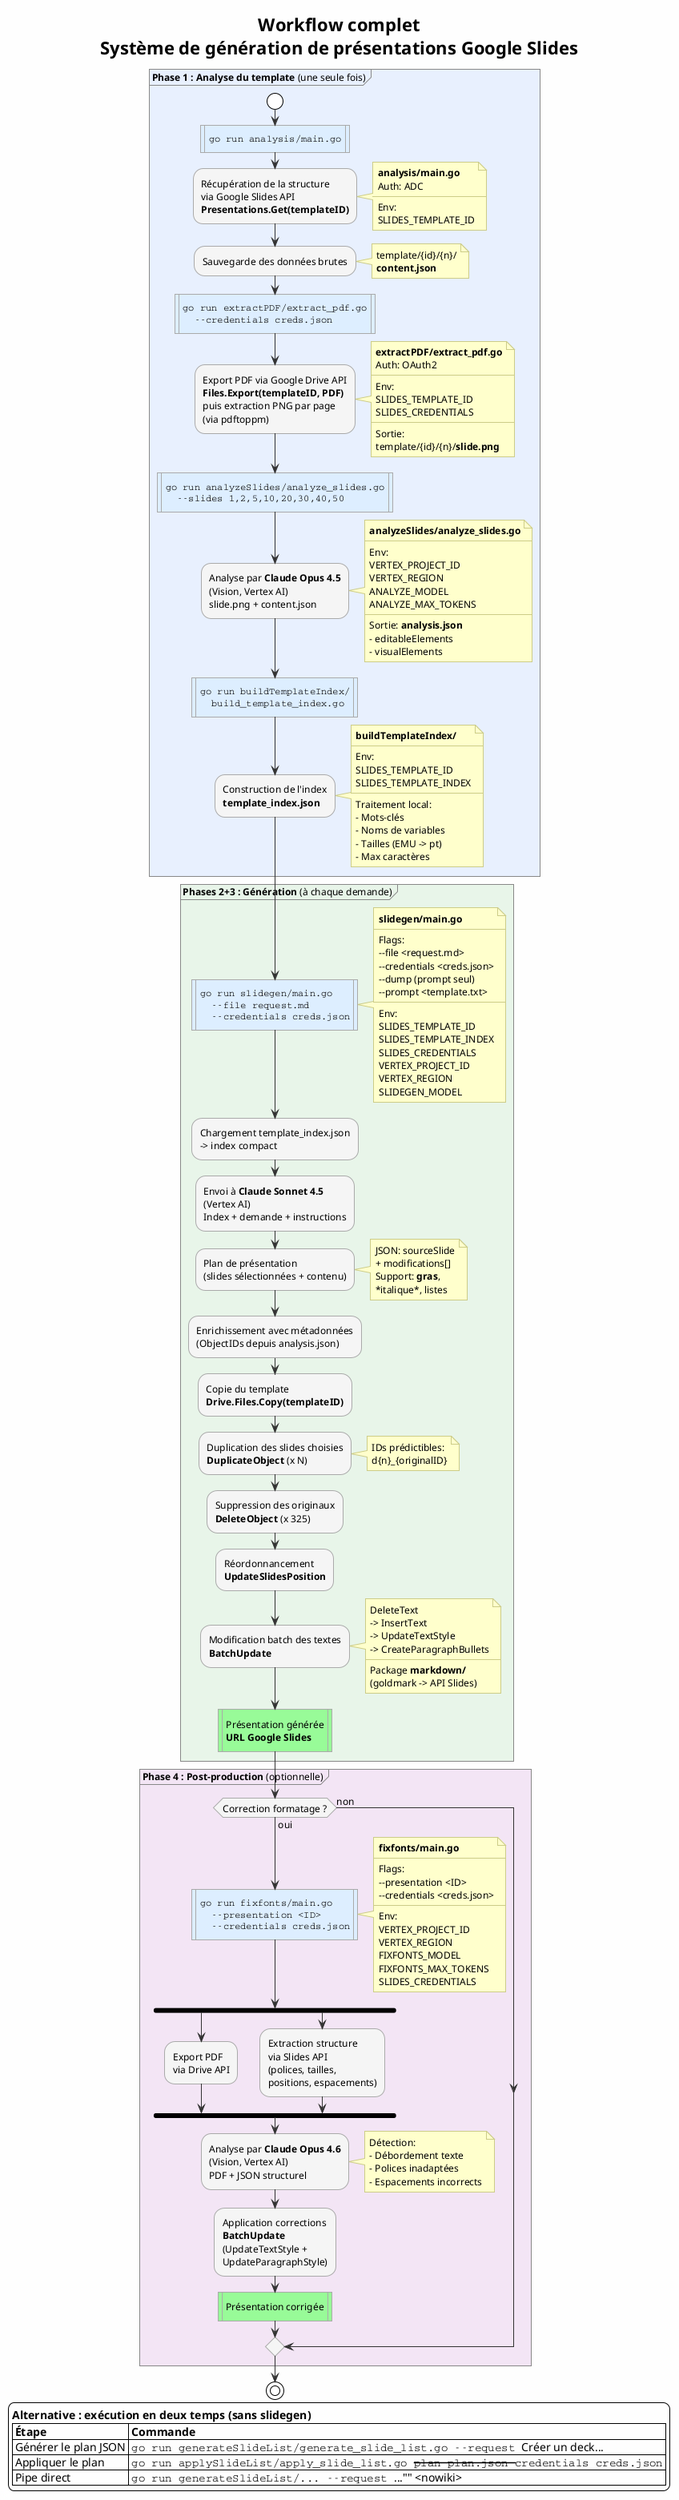
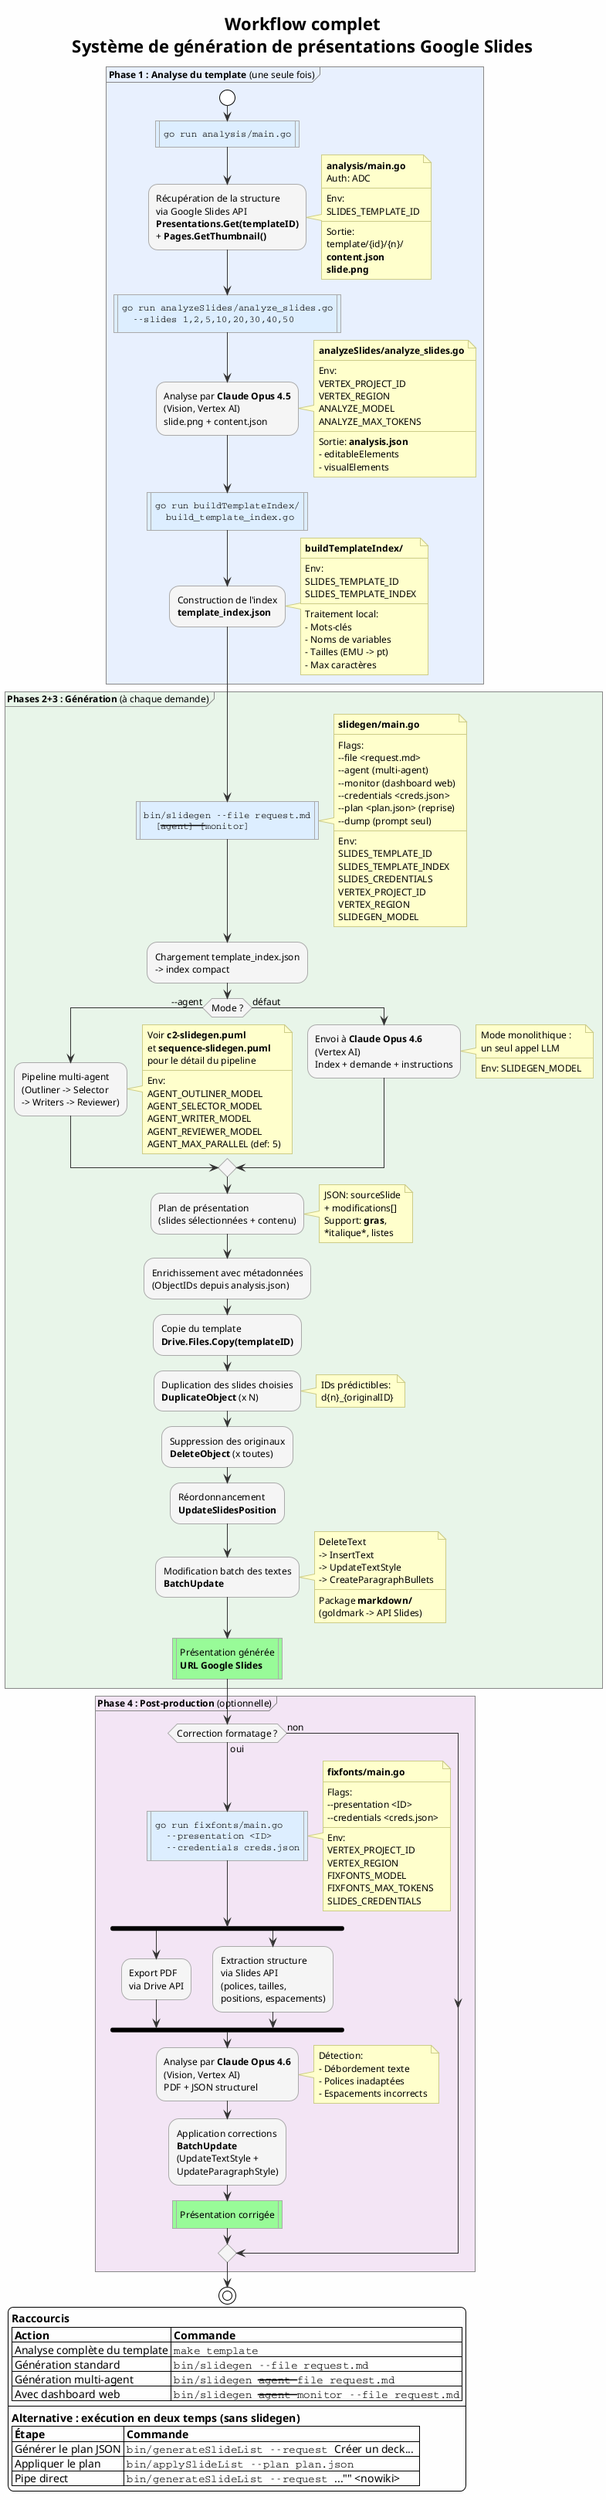
@startuml workflow
!theme plain
skinparam backgroundColor #FEFEFE
skinparam defaultFontName "Helvetica"
skinparam defaultFontSize 12
skinparam shadowing false
skinparam ArrowColor #333333
skinparam ActivityBackgroundColor #F5F5F5
skinparam ActivityBorderColor #AAAAAA
skinparam NoteBackgroundColor #FFFFCC
skinparam NoteBorderColor #CCCC88
skinparam PartitionBackgroundColor #FFFFFF
skinparam PartitionBorderColor #888888

title Workflow complet\nSystème de génération de présentations Google Slides

partition "**Phase 1 : Analyse du template** (une seule fois)" #E8F0FE {

  start

  #DDEEFF:""go run analysis/main.go""|
  :Récupération de la structure
  via Google Slides API
-   **Presentations.Get(templateID)**;
+   **Presentations.Get(templateID)**
+   + **Pages.GetThumbnail()**;
  note right
    **analysis/main.go**
    Auth: ADC
    ----
    Env:
    SLIDES_TEMPLATE_ID
-   end note
- 
-   :Sauvegarde des données brutes;
-   note right
+     ----
+     Sortie:
    template/{id}/{n}/
    **content.json**
-   end note
- 
-   #DDEEFF:""go run extractPDF/extract_pdf.go""\n""  --credentials creds.json""|
-   :Export PDF via Google Drive API
-   **Files.Export(templateID, PDF)**
-   puis extraction PNG par page
-   (via pdftoppm);
-   note right
-     **extractPDF/extract_pdf.go**
-     Auth: OAuth2
-     ----
-     Env:
-     SLIDES_TEMPLATE_ID
-     SLIDES_CREDENTIALS
-     ----
-     Sortie:
-     template/{id}/{n}/**slide.png**
+     **slide.png**
  end note

  #DDEEFF:""go run analyzeSlides/analyze_slides.go""\n""  --slides 1,2,5,10,20,30,40,50""|
  :Analyse par **Claude Opus 4.5**
  (Vision, Vertex AI)
  slide.png + content.json;
  note right
    **analyzeSlides/analyze_slides.go**
    ----
    Env:
    VERTEX_PROJECT_ID
    VERTEX_REGION
    ANALYZE_MODEL
    ANALYZE_MAX_TOKENS
    ----
    Sortie: **analysis.json**
    - editableElements
    - visualElements
  end note

  #DDEEFF:""go run buildTemplateIndex/""\n""  build_template_index.go""|
  :Construction de l'index
  **template_index.json**;
  note right
    **buildTemplateIndex/**
    ----
    Env:
    SLIDES_TEMPLATE_ID
    SLIDES_TEMPLATE_INDEX
    ----
    Traitement local:
    - Mots-clés
    - Noms de variables
    - Tailles (EMU -> pt)
    - Max caractères
  end note

}

partition "**Phases 2+3 : Génération** (à chaque demande)" #E8F5E9 {

-   #DDEEFF:""go run slidegen/main.go""\n""  --file request.md""\n""  --credentials creds.json""|
+   #DDEEFF:""bin/slidegen --file request.md""\n""  [--agent] [--monitor]""|
  note right
    **slidegen/main.go**
    ----
    Flags:
    --file <request.md>
+     --agent (multi-agent)
+     --monitor (dashboard web)
    --credentials <creds.json>
+     --plan <plan.json> (reprise)
    --dump (prompt seul)
-     --prompt <template.txt>
    ----
    Env:
    SLIDES_TEMPLATE_ID
    SLIDES_TEMPLATE_INDEX
    SLIDES_CREDENTIALS
    VERTEX_PROJECT_ID
    VERTEX_REGION
    SLIDEGEN_MODEL
  end note

  :Chargement template_index.json
  -> index compact;

-   :Envoi à **Claude Sonnet 4.5**
-   (Vertex AI)
-   Index + demande + instructions;
+   if (Mode ?) then (--agent)
+     :Pipeline multi-agent
+     (Outliner -> Selector
+     -> Writers -> Reviewer);
+     note right
+       Voir **c2-slidegen.puml**
+       et **sequence-slidegen.puml**
+       pour le détail du pipeline
+       ----
+       Env:
+       AGENT_OUTLINER_MODEL
+       AGENT_SELECTOR_MODEL
+       AGENT_WRITER_MODEL
+       AGENT_REVIEWER_MODEL
+       AGENT_MAX_PARALLEL (def: 5)
+     end note
+   else (défaut)
+     :Envoi à **Claude Opus 4.6**
+     (Vertex AI)
+     Index + demande + instructions;
+     note right
+       Mode monolithique :
+       un seul appel LLM
+       ----
+       Env: SLIDEGEN_MODEL
+     end note
+   endif

  :Plan de présentation
  (slides sélectionnées + contenu);
  note right
    JSON: sourceSlide
    + modifications[]
    Support: **gras**,
    *italique*, listes
  end note

  :Enrichissement avec métadonnées
  (ObjectIDs depuis analysis.json);

  :Copie du template
  **Drive.Files.Copy(templateID)**;

  :Duplication des slides choisies
  **DuplicateObject** (x N);
  note right
    IDs prédictibles:
    d{n}_{originalID}
  end note

  :Suppression des originaux
-   **DeleteObject** (x 325);
+   **DeleteObject** (x toutes);

  :Réordonnancement
  **UpdateSlidesPosition**;

  :Modification batch des textes
  **BatchUpdate**;
  note right
    DeleteText
    -> InsertText
    -> UpdateTextStyle
    -> CreateParagraphBullets
    ----
    Package **markdown/**
    (goldmark -> API Slides)
  end note

  #98FB98:Présentation générée
  **URL Google Slides**|

}

partition "**Phase 4 : Post-production** (optionnelle)" #F3E5F5 {

  if (Correction formatage ?) then (oui)

    #DDEEFF:""go run fixfonts/main.go""\n""  --presentation <ID>""\n""  --credentials creds.json""|
    note right
      **fixfonts/main.go**
      ----
      Flags:
      --presentation <ID>
      --credentials <creds.json>
      ----
      Env:
      VERTEX_PROJECT_ID
      VERTEX_REGION
      FIXFONTS_MODEL
      FIXFONTS_MAX_TOKENS
      SLIDES_CREDENTIALS
    end note

    fork
      :Export PDF
      via Drive API;
    fork again
      :Extraction structure
      via Slides API
      (polices, tailles,
      positions, espacements);
    end fork

    :Analyse par **Claude Opus 4.6**
    (Vision, Vertex AI)
    PDF + JSON structurel;
    note right
      Détection:
      - Débordement texte
      - Polices inadaptées
      - Espacements incorrects
    end note

    :Application corrections
    **BatchUpdate**
    (UpdateTextStyle +
    UpdateParagraphStyle);

    #98FB98:Présentation corrigée|

  else (non)
  endif

}

stop

legend bottom left
+   **Raccourcis**
+   |= Action |= Commande |
+   | Analyse complète du template | ""make template"" |
+   | Génération standard | ""bin/slidegen --file request.md"" |
+   | Génération multi-agent | ""bin/slidegen --agent --file request.md"" |
+   | Avec dashboard web | ""bin/slidegen --agent --monitor --file request.md"" |
+   ----
  **Alternative : exécution en deux temps (sans slidegen)**
  |= Étape |= Commande |
-   | Générer le plan JSON | ""go run generateSlideList/generate_slide_list.go --request ""Créer un deck...""""  |
-   | Appliquer le plan | ""go run applySlideList/apply_slide_list.go --plan plan.json --credentials creds.json"" |
-   | Pipe direct | ""go run generateSlideList/... --request ""..."" <nowiki>|</nowiki> go run applySlideList/... --plan -"" |
+   | Générer le plan JSON | ""bin/generateSlideList --request ""Créer un deck...""""  |
+   | Appliquer le plan | ""bin/applySlideList --plan plan.json"" |
+   | Pipe direct | ""bin/generateSlideList --request ""..."" <nowiki>|</nowiki> bin/applySlideList --plan -"" |
end legend

@enduml
